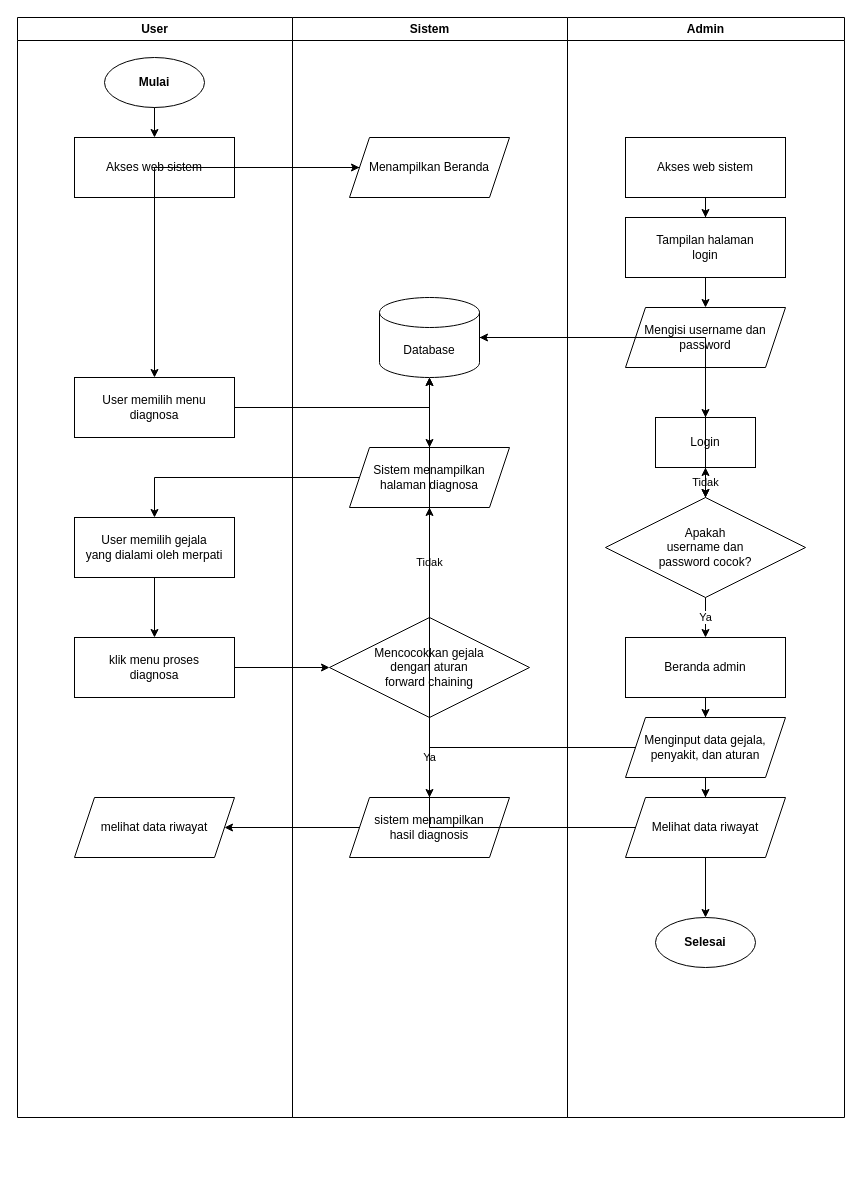
This is diagram/flowchart/flowchart_sistem.drawio from Jinsky/Jinsky, a draw.io file, before an edit. Source tidied: cells renumbered, new cells numbered last; positions are measured from the earlier drawing's top-left corner, leaving out a move shared by most shapes. Both pictures are drawn from the tidied source at 100%, with x=0, y=0 at pixel (17, 17).
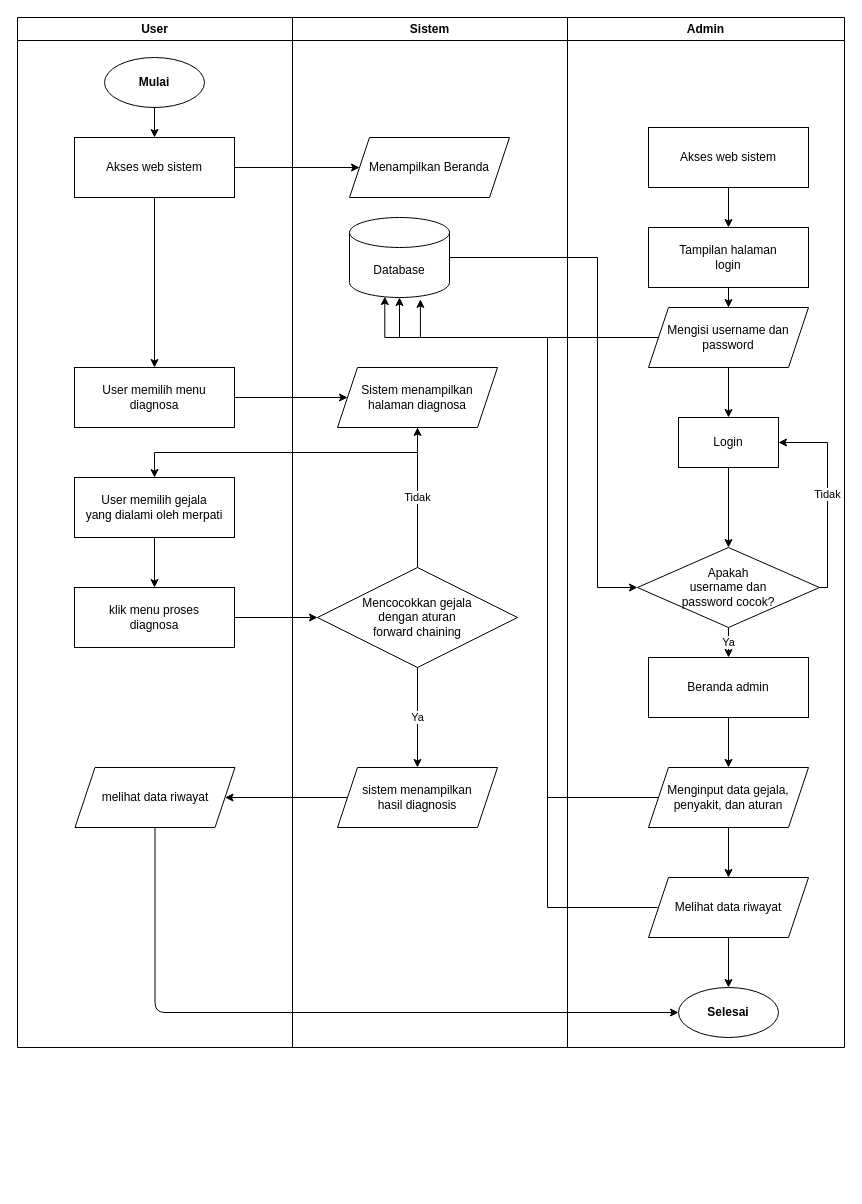
After the change.

Commit message (it also covers changes not shown here):
Refactor code structure for improved readability and maintainability

Unchanged cells that the change refers to:
```xml
<mxCell id="7" value="Akses web sistem" style="rounded=0;whiteSpace=wrap;html=1;fillColor=#ffffff;strokeColor=#000000;" parent="3" vertex="1">
  <mxGeometry x="57" y="120" width="160" height="60" as="geometry" />
</mxCell>
<mxCell id="12" value="Menampilkan Beranda" style="shape=parallelogram;perimeter=parallelogramPerimeter;fixedSize=1;whiteSpace=wrap;html=1;fillColor=#ffffff;strokeColor=#000000;" parent="4" vertex="1">
  <mxGeometry x="57" y="120" width="160" height="60" as="geometry" />
</mxCell>
```

What changed in the source:
```diff
@@
     <mxCell id="2" style="rounded=0;whiteSpace=wrap;html=1;fillColor=#ffffff;strokeColor=none;" parent="1" vertex="1">
-      <mxGeometry width="827" height="1169" as="geometry" />
+      <mxGeometry width="827" height="1030" as="geometry" />
     </mxCell>
     <mxCell id="3" value="User" style="swimlane;whiteSpace=wrap;html=1;fillColor=#ffffff;strokeColor=#000000;fontStyle=1;startSize=23;" parent="1" vertex="1">
-      <mxGeometry width="275" height="1100" as="geometry" />
+      <mxGeometry width="275" height="1030" as="geometry" />
     </mxCell>
-    <mxCell id="4" value="Sistem" style="swimlane;whiteSpace=wrap;html=1;fillColor=#ffffff;strokeColor=#000000;fontStyle=1;startSize=23;" parent="1" vertex="1">
-      <mxGeometry x="275" width="275" height="1100" as="geometry" />
-    </mxCell>
-    <mxCell id="5" value="Admin" style="swimlane;whiteSpace=wrap;html=1;fillColor=#ffffff;strokeColor=#000000;fontStyle=1;startSize=23;" parent="1" vertex="1">
-      <mxGeometry x="550" width="277" height="1100" as="geometry" />
-    </mxCell>
@@
+    <mxCell id="49" style="edgeStyle=none;html=1;" parent="3" edge="1" source="7" target="8">
+      <mxGeometry relative="1" as="geometry" />
+    </mxCell>
@@
     <mxCell id="8" value="User memilih menu&#10;diagnosa" style="rounded=0;whiteSpace=wrap;html=1;fillColor=#ffffff;strokeColor=#000000;" parent="3" vertex="1">
-      <mxGeometry x="57" y="360" width="160" height="60" as="geometry" />
+      <mxGeometry x="57" y="350" width="160" height="60" as="geometry" />
     </mxCell>
     <mxCell id="9" value="User memilih gejala&#10;yang dialami oleh merpati" style="rounded=0;whiteSpace=wrap;html=1;fillColor=#ffffff;strokeColor=#000000;" parent="3" vertex="1">
-      <mxGeometry x="57" y="500" width="160" height="60" as="geometry" />
+      <mxGeometry x="57" y="460" width="160" height="60" as="geometry" />
     </mxCell>
     <mxCell id="10" value="klik menu proses&#10;diagnosa" style="rounded=0;whiteSpace=wrap;html=1;fillColor=#ffffff;strokeColor=#000000;" parent="3" vertex="1">
-      <mxGeometry x="57" y="620" width="160" height="60" as="geometry" />
+      <mxGeometry x="57" y="570" width="160" height="60" as="geometry" />
     </mxCell>
     <mxCell id="11" value="melihat data riwayat" style="shape=parallelogram;perimeter=parallelogramPerimeter;fixedSize=1;whiteSpace=wrap;html=1;fillColor=#ffffff;strokeColor=#000000;" parent="3" vertex="1">
-      <mxGeometry x="57" y="780" width="160" height="60" as="geometry" />
+      <mxGeometry x="57.5" y="750" width="160" height="60" as="geometry" />
     </mxCell>
+    <mxCell id="4" value="Sistem" style="swimlane;whiteSpace=wrap;html=1;fillColor=#ffffff;strokeColor=#000000;fontStyle=1;startSize=23;" parent="1" vertex="1">
+      <mxGeometry x="275" width="275" height="1030" as="geometry" />
+    </mxCell>
@@
     <mxCell id="13" value="Database" style="shape=cylinder3;boundedLbl=1;backgroundOutline=1;size=15;whiteSpace=wrap;html=1;fillColor=#ffffff;strokeColor=#000000;" parent="4" vertex="1">
-      <mxGeometry x="87" y="280" width="100" height="80" as="geometry" />
+      <mxGeometry x="57" y="200" width="100" height="80" as="geometry" />
     </mxCell>
     <mxCell id="14" value="Sistem menampilkan&#10;halaman diagnosa" style="shape=parallelogram;perimeter=parallelogramPerimeter;fixedSize=1;whiteSpace=wrap;html=1;fillColor=#ffffff;strokeColor=#000000;" parent="4" vertex="1">
-      <mxGeometry x="57" y="430" width="160" height="60" as="geometry" />
+      <mxGeometry x="45" y="350" width="160" height="60" as="geometry" />
     </mxCell>
     <mxCell id="15" value="Mencocokkan gejala&#10;dengan aturan&#10;forward chaining" style="rhombus;whiteSpace=wrap;html=1;fillColor=#ffffff;strokeColor=#000000;" parent="4" vertex="1">
-      <mxGeometry x="37" y="600" width="200" height="100" as="geometry" />
+      <mxGeometry x="25" y="550" width="200" height="100" as="geometry" />
     </mxCell>
     <mxCell id="16" value="sistem menampilkan&#10;hasil diagnosis" style="shape=parallelogram;perimeter=parallelogramPerimeter;fixedSize=1;whiteSpace=wrap;html=1;fillColor=#ffffff;strokeColor=#000000;" parent="4" vertex="1">
-      <mxGeometry x="57" y="780" width="160" height="60" as="geometry" />
+      <mxGeometry x="45" y="750" width="160" height="60" as="geometry" />
     </mxCell>
+    <mxCell id="5" value="Admin" style="swimlane;whiteSpace=wrap;html=1;fillColor=#ffffff;strokeColor=#000000;fontStyle=1;startSize=23;" parent="1" vertex="1">
+      <mxGeometry x="550" width="277" height="1030" as="geometry" />
+    </mxCell>
     <mxCell id="17" value="Akses web sistem" style="rounded=0;whiteSpace=wrap;html=1;fillColor=#ffffff;strokeColor=#000000;" parent="5" vertex="1">
-      <mxGeometry x="58" y="120" width="160" height="60" as="geometry" />
+      <mxGeometry x="81" y="110" width="160" height="60" as="geometry" />
     </mxCell>
     <mxCell id="18" value="Tampilan halaman&#10;login" style="rounded=0;whiteSpace=wrap;html=1;fillColor=#ffffff;strokeColor=#000000;" parent="5" vertex="1">
-      <mxGeometry x="58" y="200" width="160" height="60" as="geometry" />
+      <mxGeometry x="81" y="210" width="160" height="60" as="geometry" />
     </mxCell>
     <mxCell id="19" value="Mengisi username dan&#10;password" style="shape=parallelogram;perimeter=parallelogramPerimeter;fixedSize=1;whiteSpace=wrap;html=1;fillColor=#ffffff;strokeColor=#000000;" parent="5" vertex="1">
-      <mxGeometry x="58" y="290" width="160" height="60" as="geometry" />
+      <mxGeometry x="81" y="290" width="160" height="60" as="geometry" />
     </mxCell>
     <mxCell id="20" value="Login" style="rounded=0;whiteSpace=wrap;html=1;fillColor=#ffffff;strokeColor=#000000;" parent="5" vertex="1">
-      <mxGeometry x="88" y="400" width="100" height="50" as="geometry" />
+      <mxGeometry x="111" y="400" width="100" height="50" as="geometry" />
     </mxCell>
     <mxCell id="21" value="Apakah&#10;username dan&#10;password cocok?" style="rhombus;whiteSpace=wrap;html=1;fillColor=#ffffff;strokeColor=#000000;" parent="5" vertex="1">
-      <mxGeometry x="38" y="480" width="200" height="100" as="geometry" />
+      <mxGeometry x="70" y="530" width="182" height="80" as="geometry" />
     </mxCell>
     <mxCell id="22" value="Beranda admin" style="rounded=0;whiteSpace=wrap;html=1;fillColor=#ffffff;strokeColor=#000000;" parent="5" vertex="1">
-      <mxGeometry x="58" y="620" width="160" height="60" as="geometry" />
+      <mxGeometry x="81" y="640" width="160" height="60" as="geometry" />
     </mxCell>
     <mxCell id="23" value="Menginput data gejala,&#10;penyakit, dan aturan" style="shape=parallelogram;perimeter=parallelogramPerimeter;fixedSize=1;whiteSpace=wrap;html=1;fillColor=#ffffff;strokeColor=#000000;" parent="5" vertex="1">
-      <mxGeometry x="58" y="700" width="160" height="60" as="geometry" />
+      <mxGeometry x="81" y="750" width="160" height="60" as="geometry" />
     </mxCell>
     <mxCell id="24" value="Melihat data riwayat" style="shape=parallelogram;perimeter=parallelogramPerimeter;fixedSize=1;whiteSpace=wrap;html=1;fillColor=#ffffff;strokeColor=#000000;" parent="5" vertex="1">
-      <mxGeometry x="58" y="780" width="160" height="60" as="geometry" />
+      <mxGeometry x="81" y="860" width="160" height="60" as="geometry" />
     </mxCell>
     <mxCell id="25" value="Selesai" style="ellipse;whiteSpace=wrap;html=1;fillColor=#ffffff;strokeColor=#000000;fontStyle=1;" parent="5" vertex="1">
-      <mxGeometry x="88" y="900" width="100" height="50" as="geometry" />
+      <mxGeometry x="111" y="970" width="100" height="50" as="geometry" />
     </mxCell>
@@
-    <mxCell id="28" style="edgeStyle=orthogonalEdgeStyle;rounded=0;jettySize=auto;html=1;strokeColor=#000000;fontSize=11;exitDx=0;exitDy=0;entryDx=0;entryDy=0;" parent="1" edge="1" source="12" target="8">
-      <mxGeometry relative="1" as="geometry" />
-    </mxCell>
@@
-    <mxCell id="30" style="edgeStyle=orthogonalEdgeStyle;rounded=0;jettySize=auto;html=1;strokeColor=#000000;fontSize=11;exitDx=0;exitDy=0;entryDx=0;entryDy=0;" parent="1" edge="1" source="14" target="9">
+    <mxCell id="30" style="edgeStyle=orthogonalEdgeStyle;rounded=0;jettySize=auto;html=1;strokeColor=#000000;fontSize=11;exitDx=0;exitDy=0;entryDx=0;entryDy=0;exitX=0.5;exitY=1;" parent="1" edge="1" source="14" target="9">
       <mxGeometry relative="1" as="geometry" />
     </mxCell>
@@
-    <mxCell id="38" style="edgeStyle=orthogonalEdgeStyle;rounded=0;jettySize=auto;html=1;strokeColor=#000000;fontSize=11;exitDx=0;exitDy=0;entryDx=0;entryDy=0;" parent="1" edge="1" source="19" target="13">
+    <mxCell id="38" style="edgeStyle=orthogonalEdgeStyle;rounded=0;jettySize=auto;html=1;strokeColor=#000000;fontSize=11;exitDx=0;exitDy=0;entryDx=0;entryDy=0;entryX=0.5;entryY=1;entryPerimeter=0;" parent="1" edge="1" source="19" target="13">
       <mxGeometry relative="1" as="geometry" />
     </mxCell>
@@
-    <mxCell id="42" value="Tidak" style="edgeStyle=orthogonalEdgeStyle;rounded=0;jettySize=auto;html=1;strokeColor=#000000;fontSize=11;exitDx=0;exitDy=0;entryDx=0;entryDy=0;" parent="1" edge="1" source="21" target="20">
-      <mxGeometry relative="1" as="geometry" />
+    <mxCell id="42" value="Tidak" style="edgeStyle=orthogonalEdgeStyle;rounded=0;jettySize=auto;html=1;strokeColor=#000000;fontSize=11;exitDx=0;exitDy=0;entryDx=0;entryDy=0;exitX=1;exitY=0.5;entryX=1;entryY=0.5;" parent="1" edge="1" source="21" target="20">
+      <mxGeometry relative="1" as="geometry">
+        <Array as="points">
+          <mxPoint x="810" y="570" />
+          <mxPoint x="810" y="425" />
+        </Array>
+      </mxGeometry>
     </mxCell>
@@
-    <mxCell id="44" style="edgeStyle=orthogonalEdgeStyle;rounded=0;jettySize=auto;html=1;strokeColor=#000000;fontSize=11;exitDx=0;exitDy=0;entryDx=0;entryDy=0;" parent="1" edge="1" source="23" target="13">
-      <mxGeometry relative="1" as="geometry" />
+    <mxCell id="44" style="edgeStyle=orthogonalEdgeStyle;rounded=0;jettySize=auto;html=1;strokeColor=#000000;fontSize=11;exitDx=0;exitDy=0;entryDx=0;entryDy=0;exitX=0;exitY=0.5;entryX=0.709;entryY=1.024;entryPerimeter=0;" parent="1" edge="1" source="23" target="13">
+      <mxGeometry relative="1" as="geometry">
+        <Array as="points">
+          <mxPoint x="530" y="780" />
+          <mxPoint x="530" y="320" />
+          <mxPoint x="403" y="320" />
+        </Array>
+      </mxGeometry>
     </mxCell>
@@
-    <mxCell id="46" style="edgeStyle=orthogonalEdgeStyle;rounded=0;jettySize=auto;html=1;strokeColor=#000000;fontSize=11;exitDx=0;exitDy=0;entryDx=0;entryDy=0;" parent="1" edge="1" source="24" target="13">
-      <mxGeometry relative="1" as="geometry" />
+    <mxCell id="46" style="edgeStyle=orthogonalEdgeStyle;rounded=0;jettySize=auto;html=1;strokeColor=#000000;fontSize=11;entryDx=0;entryDy=0;entryX=0.353;entryY=0.988;entryPerimeter=0;" parent="1" edge="1" target="13">
+      <mxGeometry relative="1" as="geometry">
+        <mxPoint x="640" y="890" as="sourcePoint" />
+        <Array as="points">
+          <mxPoint x="530" y="890" />
+          <mxPoint x="530" y="320" />
+          <mxPoint x="367" y="320" />
+        </Array>
+      </mxGeometry>
     </mxCell>
@@
     <mxCell id="48" style="edgeStyle=orthogonalEdgeStyle;rounded=0;jettySize=auto;html=1;strokeColor=#000000;fontSize=11;exitDx=0;exitDy=0;entryDx=0;entryDy=0;" parent="1" edge="1" source="13" target="21">
-      <mxGeometry relative="1" as="geometry" />
+      <mxGeometry relative="1" as="geometry">
+        <Array as="points">
+          <mxPoint x="580" y="240" />
+          <mxPoint x="580" y="570" />
+        </Array>
+      </mxGeometry>
     </mxCell>
+    <mxCell id="50" style="edgeStyle=orthogonalEdgeStyle;html=1;entryX=0;entryY=0.5;entryDx=0;entryDy=0;exitX=0.5;exitY=1;exitDx=0;exitDy=0;" parent="1" edge="1" source="11" target="25">
+      <mxGeometry relative="1" as="geometry" />
+    </mxCell>
```
